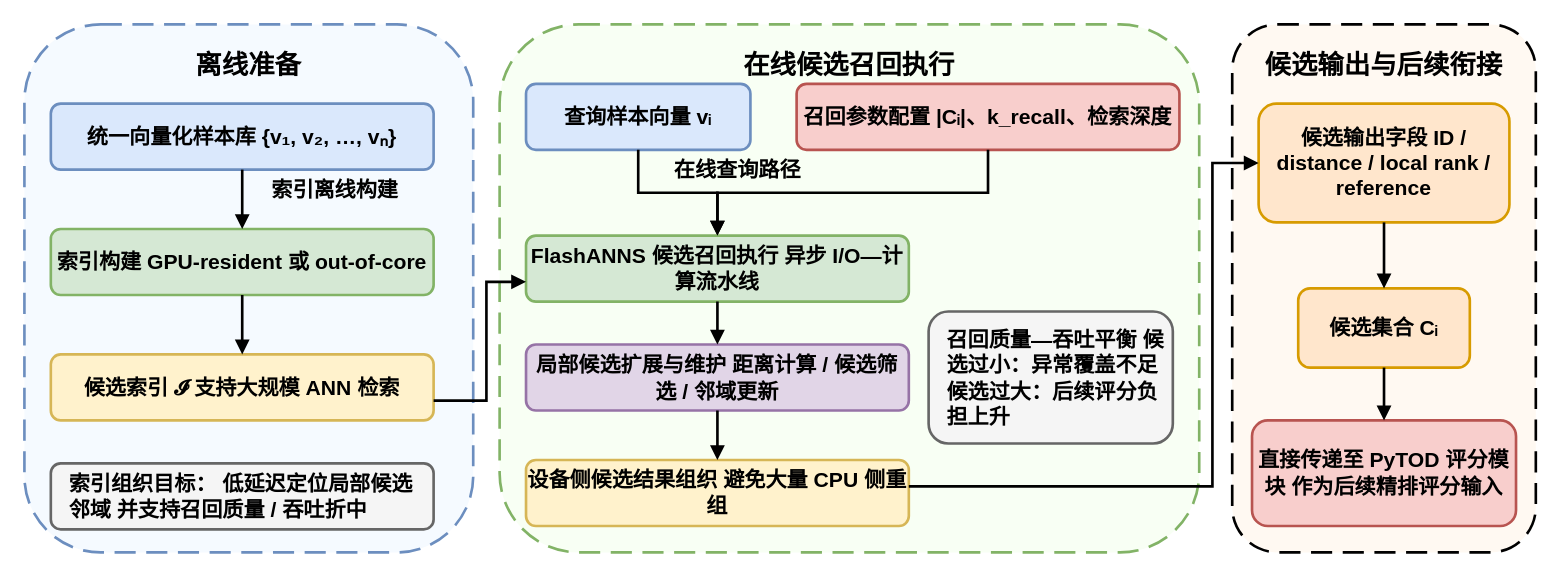
Earlier version of the draw.io diagram figures/fig3-3_FlashANNS_candidate_recall_flow.drawio (HuangEven/latex-template). Source tidied: cells renumbered, new cells numbered last; positions are measured from the earlier drawing's top-left corner, leaving out a move shared by most shapes. Both pictures are drawn from the tidied source at 132%, with x=0, y=0 at pixel (24, 24).
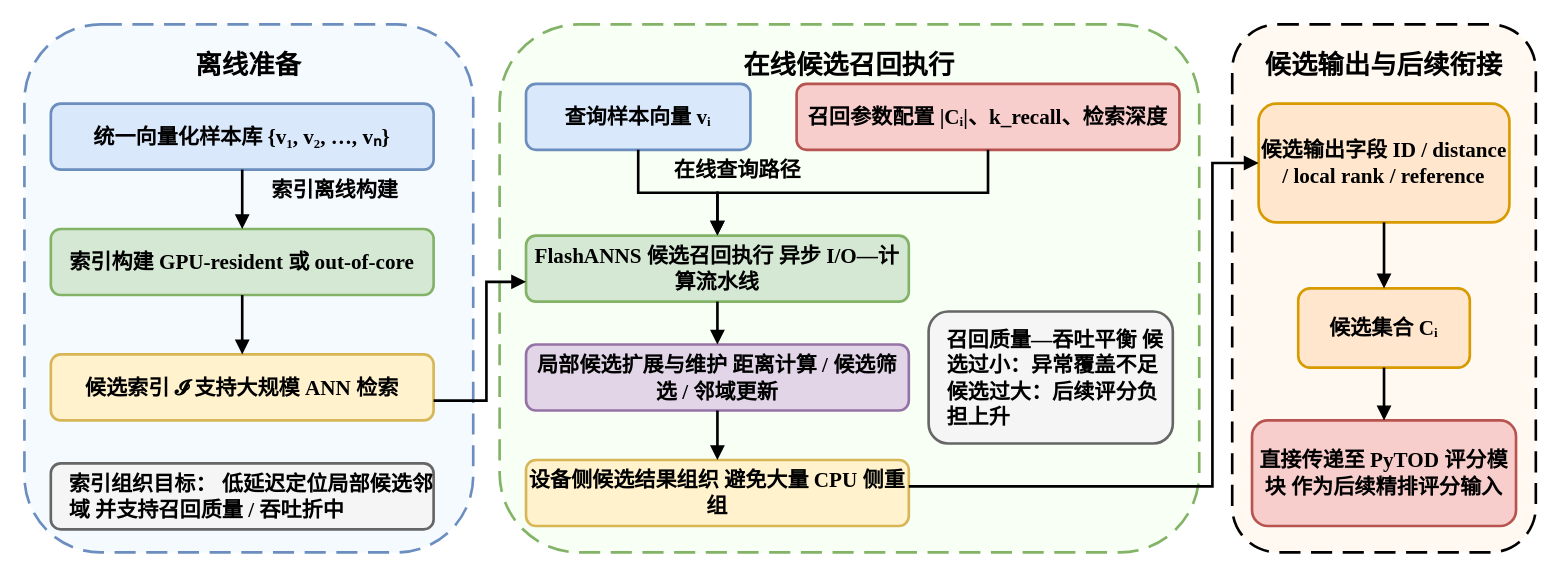
Above is the later version.

Change to the diagram source:
```diff
@@
-    <mxCell id="2" value="离线准备" style="rounded=1;whiteSpace=wrap;html=1;fontSize=20;fontStyle=1;fontFamily=Helvetica;align=center;verticalAlign=top;spacingTop=12;strokeWidth=2;dashed=1;dashPattern=8 4;fillColor=#F5FAFF;strokeColor=#6C8EBF;arcSize=17;" parent="1" vertex="1">
+    <mxCell id="2" value="离线准备" style="rounded=1;whiteSpace=wrap;html=1;fontSize=20;fontStyle=1;fontFamily=Times New Roman;align=center;verticalAlign=top;spacingTop=12;strokeWidth=2;dashed=1;dashPattern=8 4;fillColor=#F5FAFF;strokeColor=#6C8EBF;arcSize=17;" parent="1" vertex="1">
       <mxGeometry width="340" height="400" as="geometry" />
     </mxCell>
-    <mxCell id="3" value="在线候选召回执行" style="rounded=1;whiteSpace=wrap;html=1;fontSize=20;fontStyle=1;fontFamily=Helvetica;align=center;verticalAlign=top;spacingTop=12;strokeWidth=2;dashed=1;dashPattern=8 4;fillColor=#F8FFF4;strokeColor=#82B366;" parent="1" vertex="1">
+    <mxCell id="3" value="在线候选召回执行" style="rounded=1;whiteSpace=wrap;html=1;fontSize=20;fontStyle=1;fontFamily=Times New Roman;align=center;verticalAlign=top;spacingTop=12;strokeWidth=2;dashed=1;dashPattern=8 4;fillColor=#F8FFF4;strokeColor=#82B366;" parent="1" vertex="1">
       <mxGeometry x="360" width="530" height="400" as="geometry" />
     </mxCell>
-    <mxCell id="4" value="候选输出与后续衔接" style="rounded=1;whiteSpace=wrap;html=1;fontSize=20;fontStyle=1;fontFamily=Helvetica;align=center;verticalAlign=top;spacingTop=12;strokeWidth=2;dashed=1;dashPattern=8 4;fillColor=#FFF9F2;strokeColor=#000000;" parent="1" vertex="1">
+    <mxCell id="4" value="候选输出与后续衔接" style="rounded=1;whiteSpace=wrap;html=1;fontSize=20;fontStyle=1;fontFamily=Times New Roman;align=center;verticalAlign=top;spacingTop=12;strokeWidth=2;dashed=1;dashPattern=8 4;fillColor=#FFF9F2;strokeColor=#000000;" parent="1" vertex="1">
       <mxGeometry x="915" width="230" height="400" as="geometry" />
     </mxCell>
-    <mxCell id="5" value="统一向量化样本库 {v₁, v₂, …, vₙ}" style="rounded=1;whiteSpace=wrap;html=1;fontSize=16;fontStyle=1;fontFamily=Helvetica;align=center;verticalAlign=middle;strokeWidth=2;fillColor=#DAE8FC;strokeColor=#6C8EBF;" parent="1" vertex="1">
+    <mxCell id="5" value="统一向量化样本库 {v₁, v₂, …, vₙ}" style="rounded=1;whiteSpace=wrap;html=1;fontSize=16;fontStyle=1;fontFamily=Times New Roman;align=center;verticalAlign=middle;strokeWidth=2;fillColor=#DAE8FC;strokeColor=#6C8EBF;" parent="1" vertex="1">
       <mxGeometry x="20" y="60" width="290" height="50" as="geometry" />
     </mxCell>
-    <mxCell id="6" value="索引构建 GPU-resident 或 out-of-core" style="rounded=1;whiteSpace=wrap;html=1;fontSize=16;fontStyle=1;fontFamily=Helvetica;align=center;verticalAlign=middle;strokeWidth=2;fillColor=#D5E8D4;strokeColor=#82B366;" parent="1" vertex="1">
+    <mxCell id="6" value="索引构建 GPU-resident 或 out-of-core" style="rounded=1;whiteSpace=wrap;html=1;fontSize=16;fontStyle=1;fontFamily=Times New Roman;align=center;verticalAlign=middle;strokeWidth=2;fillColor=#D5E8D4;strokeColor=#82B366;" parent="1" vertex="1">
       <mxGeometry x="20" y="155" width="290" height="50" as="geometry" />
     </mxCell>
-    <mxCell id="7" value="候选索引 𝓘 支持大规模 ANN 检索" style="rounded=1;whiteSpace=wrap;html=1;fontSize=16;fontStyle=1;fontFamily=Helvetica;align=center;verticalAlign=middle;strokeWidth=2;fillColor=#FFF2CC;strokeColor=#D6B656;" parent="1" vertex="1">
+    <mxCell id="7" value="候选索引 𝓘 支持大规模 ANN 检索" style="rounded=1;whiteSpace=wrap;html=1;fontSize=16;fontStyle=1;fontFamily=Times New Roman;align=center;verticalAlign=middle;strokeWidth=2;fillColor=#FFF2CC;strokeColor=#D6B656;" parent="1" vertex="1">
       <mxGeometry x="20" y="250" width="290" height="50" as="geometry" />
     </mxCell>
-    <mxCell id="8" value="索引组织目标： 低延迟定位局部候选邻域 并支持召回质量 / 吞吐折中" style="rounded=1;whiteSpace=wrap;html=1;fontSize=16;fontFamily=Helvetica;align=left;spacingLeft=12;verticalAlign=middle;strokeWidth=2;fillColor=#F5F5F5;strokeColor=#666666;fontStyle=1;" parent="1" vertex="1">
+    <mxCell id="8" value="索引组织目标： 低延迟定位局部候选邻域 并支持召回质量 / 吞吐折中" style="rounded=1;whiteSpace=wrap;html=1;fontSize=16;fontFamily=Times New Roman;align=left;spacingLeft=12;verticalAlign=middle;strokeWidth=2;fillColor=#F5F5F5;strokeColor=#666666;fontStyle=1;" parent="1" vertex="1">
       <mxGeometry x="20" y="332.5" width="290" height="50" as="geometry" />
     </mxCell>
-    <mxCell id="9" value="&lt;font&gt;查询样本向量 vᵢ&lt;/font&gt;" style="rounded=1;whiteSpace=wrap;html=1;fontSize=16;fontStyle=1;fontFamily=Helvetica;align=center;verticalAlign=middle;strokeWidth=2;fillColor=#DAE8FC;strokeColor=#6C8EBF;rotation=0;" parent="1" vertex="1">
+    <mxCell id="9" value="&lt;font&gt;查询样本向量 vᵢ&lt;/font&gt;" style="rounded=1;whiteSpace=wrap;html=1;fontSize=16;fontStyle=1;fontFamily=Times New Roman;align=center;verticalAlign=middle;strokeWidth=2;fillColor=#DAE8FC;strokeColor=#6C8EBF;rotation=0;" parent="1" vertex="1">
       <mxGeometry x="380" y="45" width="170" height="50" as="geometry" />
     </mxCell>
-    <mxCell id="10" value="召回参数配置 |Cᵢ|、k_recall、检索深度" style="rounded=1;whiteSpace=wrap;html=1;fontSize=16;fontFamily=Helvetica;align=center;verticalAlign=middle;strokeWidth=2;fillColor=#F8CECC;strokeColor=#B85450;fontStyle=1;" parent="1" vertex="1">
+    <mxCell id="10" value="召回参数配置 |Cᵢ|、k_recall、检索深度" style="rounded=1;whiteSpace=wrap;html=1;fontSize=16;fontFamily=Times New Roman;align=center;verticalAlign=middle;strokeWidth=2;fillColor=#F8CECC;strokeColor=#B85450;fontStyle=1;" parent="1" vertex="1">
       <mxGeometry x="585" y="45" width="290" height="50" as="geometry" />
     </mxCell>
-    <mxCell id="11" value="FlashANNS 候选召回执行 异步 I/O—计算流水线" style="rounded=1;whiteSpace=wrap;html=1;fontSize=16;fontStyle=1;fontFamily=Helvetica;align=center;verticalAlign=middle;strokeWidth=2;fillColor=#D5E8D4;strokeColor=#82B366;" parent="1" vertex="1">
+    <mxCell id="11" value="FlashANNS 候选召回执行 异步 I/O—计算流水线" style="rounded=1;whiteSpace=wrap;html=1;fontSize=16;fontStyle=1;fontFamily=Times New Roman;align=center;verticalAlign=middle;strokeWidth=2;fillColor=#D5E8D4;strokeColor=#82B366;" parent="1" vertex="1">
       <mxGeometry x="380" y="160" width="290" height="50" as="geometry" />
     </mxCell>
-    <mxCell id="12" value="局部候选扩展与维护 距离计算 / 候选筛选 / 邻域更新" style="rounded=1;whiteSpace=wrap;html=1;fontSize=16;fontFamily=Helvetica;align=center;verticalAlign=middle;strokeWidth=2;fillColor=#E1D5E7;strokeColor=#9673A6;fontStyle=1;" parent="1" vertex="1">
+    <mxCell id="12" value="局部候选扩展与维护 距离计算 / 候选筛选 / 邻域更新" style="rounded=1;whiteSpace=wrap;html=1;fontSize=16;fontFamily=Times New Roman;align=center;verticalAlign=middle;strokeWidth=2;fillColor=#E1D5E7;strokeColor=#9673A6;fontStyle=1;" parent="1" vertex="1">
       <mxGeometry x="380" y="242.5" width="290" height="50" as="geometry" />
     </mxCell>
-    <mxCell id="13" value="召回质量—吞吐平衡 候选过小：异常覆盖不足 候选过大：后续评分负担上升" style="rounded=1;whiteSpace=wrap;html=1;fontSize=16;fontFamily=Helvetica;align=left;spacingLeft=12;verticalAlign=middle;strokeWidth=2;fillColor=#F5F5F5;strokeColor=#666666;fontStyle=1;" parent="1" vertex="1">
+    <mxCell id="13" value="召回质量—吞吐平衡 候选过小：异常覆盖不足 候选过大：后续评分负担上升" style="rounded=1;whiteSpace=wrap;html=1;fontSize=16;fontFamily=Times New Roman;align=left;spacingLeft=12;verticalAlign=middle;strokeWidth=2;fillColor=#F5F5F5;strokeColor=#666666;fontStyle=1;" parent="1" vertex="1">
       <mxGeometry x="685" y="217.5" width="185" height="100" as="geometry" />
     </mxCell>
-    <mxCell id="14" value="设备侧候选结果组织 避免大量 CPU 侧重组" style="rounded=1;whiteSpace=wrap;html=1;fontSize=16;fontFamily=Helvetica;align=center;verticalAlign=middle;strokeWidth=2;fillColor=#FFF2CC;strokeColor=#D6B656;fontStyle=1;" parent="1" vertex="1">
+    <mxCell id="14" value="设备侧候选结果组织 避免大量 CPU 侧重组" style="rounded=1;whiteSpace=wrap;html=1;fontSize=16;fontFamily=Times New Roman;align=center;verticalAlign=middle;strokeWidth=2;fillColor=#FFF2CC;strokeColor=#D6B656;fontStyle=1;" parent="1" vertex="1">
       <mxGeometry x="380" y="330" width="290" height="50" as="geometry" />
     </mxCell>
-    <mxCell id="15" value="候选输出字段 ID / distance / local rank / reference" style="rounded=1;whiteSpace=wrap;html=1;fontSize=16;fontStyle=1;fontFamily=Helvetica;align=center;verticalAlign=middle;strokeWidth=2;fillColor=#FFE6CC;strokeColor=#D79B00;" parent="1" vertex="1">
+    <mxCell id="15" value="候选输出字段 ID / distance / local rank / reference" style="rounded=1;whiteSpace=wrap;html=1;fontSize=16;fontStyle=1;fontFamily=Times New Roman;align=center;verticalAlign=middle;strokeWidth=2;fillColor=#FFE6CC;strokeColor=#D79B00;" parent="1" vertex="1">
       <mxGeometry x="935" y="60" width="190" height="90" as="geometry" />
     </mxCell>
-    <mxCell id="16" value="候选集合 Cᵢ" style="rounded=1;whiteSpace=wrap;html=1;fontSize=16;fontStyle=1;fontFamily=Helvetica;align=center;verticalAlign=middle;strokeWidth=2;fillColor=#FFE6CC;strokeColor=#D79B00;" parent="1" vertex="1">
+    <mxCell id="16" value="候选集合 Cᵢ" style="rounded=1;whiteSpace=wrap;html=1;fontSize=16;fontStyle=1;fontFamily=Times New Roman;align=center;verticalAlign=middle;strokeWidth=2;fillColor=#FFE6CC;strokeColor=#D79B00;" parent="1" vertex="1">
       <mxGeometry x="965" y="200" width="130" height="60" as="geometry" />
     </mxCell>
-    <mxCell id="17" value="直接传递至 PyTOD 评分模块 作为后续精排评分输入" style="rounded=1;whiteSpace=wrap;html=1;fontSize=16;fontFamily=Helvetica;align=center;verticalAlign=middle;strokeWidth=2;fillColor=#F8CECC;strokeColor=#B85450;fontStyle=1;" parent="1" vertex="1">
+    <mxCell id="17" value="直接传递至 PyTOD 评分模块 作为后续精排评分输入" style="rounded=1;whiteSpace=wrap;html=1;fontSize=16;fontFamily=Times New Roman;align=center;verticalAlign=middle;strokeWidth=2;fillColor=#F8CECC;strokeColor=#B85450;fontStyle=1;" parent="1" vertex="1">
       <mxGeometry x="930" y="300" width="200" height="80" as="geometry" />
     </mxCell>
-    <mxCell id="18" style="edgeStyle=orthogonalEdgeStyle;rounded=1;jettySize=auto;html=1;strokeWidth=2;endArrow=block;endFill=1;strokeColor=#000000;fontFamily=Helvetica;fontSize=16;fontStyle=1;" parent="1" edge="1" source="5" target="6">
+    <mxCell id="18" style="edgeStyle=orthogonalEdgeStyle;rounded=1;jettySize=auto;html=1;strokeWidth=2;endArrow=block;endFill=1;strokeColor=#000000;fontFamily=Times New Roman;fontSize=16;fontStyle=1;" parent="1" edge="1" source="5" target="6">
       <mxGeometry relative="1" as="geometry" />
     </mxCell>
-    <mxCell id="19" style="edgeStyle=orthogonalEdgeStyle;rounded=1;jettySize=auto;html=1;strokeWidth=2;endArrow=block;endFill=1;strokeColor=#000000;fontFamily=Helvetica;fontSize=16;fontStyle=1;" parent="1" edge="1" source="6" target="7">
+    <mxCell id="19" style="edgeStyle=orthogonalEdgeStyle;rounded=1;jettySize=auto;html=1;strokeWidth=2;endArrow=block;endFill=1;strokeColor=#000000;fontFamily=Times New Roman;fontSize=16;fontStyle=1;" parent="1" edge="1" source="6" target="7">
       <mxGeometry relative="1" as="geometry" />
     </mxCell>
-    <mxCell id="20" style="edgeStyle=orthogonalEdgeStyle;rounded=0;jettySize=auto;html=1;strokeWidth=2;endArrow=block;endFill=1;strokeColor=#000000;curved=0;fontFamily=Helvetica;fontSize=16;fontStyle=1;" parent="1" edge="1" source="9" target="11">
+    <mxCell id="20" style="edgeStyle=orthogonalEdgeStyle;rounded=0;jettySize=auto;html=1;strokeWidth=2;endArrow=block;endFill=1;strokeColor=#000000;curved=0;fontFamily=Times New Roman;fontSize=16;fontStyle=1;" parent="1" edge="1" source="9" target="11">
       <mxGeometry relative="1" as="geometry" />
     </mxCell>
-    <mxCell id="21" style="edgeStyle=orthogonalEdgeStyle;rounded=0;jettySize=auto;html=1;strokeWidth=2;endArrow=block;endFill=1;strokeColor=#000000;curved=0;fontFamily=Helvetica;fontSize=16;fontStyle=1;" parent="1" edge="1" source="10" target="11">
+    <mxCell id="21" style="edgeStyle=orthogonalEdgeStyle;rounded=0;jettySize=auto;html=1;strokeWidth=2;endArrow=block;endFill=1;strokeColor=#000000;curved=0;fontFamily=Times New Roman;fontSize=16;fontStyle=1;" parent="1" edge="1" source="10" target="11">
       <mxGeometry relative="1" as="geometry" />
     </mxCell>
-    <mxCell id="22" style="edgeStyle=orthogonalEdgeStyle;rounded=0;jettySize=auto;html=1;strokeWidth=2;endArrow=block;endFill=1;strokeColor=#000000;curved=0;fontFamily=Helvetica;fontSize=16;fontStyle=1;" parent="1" edge="1" source="7" target="11">
+    <mxCell id="22" style="edgeStyle=orthogonalEdgeStyle;rounded=0;jettySize=auto;html=1;strokeWidth=2;endArrow=block;endFill=1;strokeColor=#000000;curved=0;fontFamily=Times New Roman;fontSize=16;fontStyle=1;" parent="1" edge="1" source="7" target="11">
       <mxGeometry relative="1" as="geometry">
         <Array as="points">
           <mxPoint x="350" y="285" />
           <mxPoint x="350" y="195" />
         </Array>
       </mxGeometry>
     </mxCell>
-    <mxCell id="23" style="edgeStyle=orthogonalEdgeStyle;rounded=0;jettySize=auto;html=1;strokeWidth=2;endArrow=block;endFill=1;strokeColor=#000000;curved=0;fontFamily=Helvetica;fontSize=16;fontStyle=1;" parent="1" edge="1" source="11" target="12">
+    <mxCell id="23" style="edgeStyle=orthogonalEdgeStyle;rounded=0;jettySize=auto;html=1;strokeWidth=2;endArrow=block;endFill=1;strokeColor=#000000;curved=0;fontFamily=Times New Roman;fontSize=16;fontStyle=1;" parent="1" edge="1" source="11" target="12">
       <mxGeometry relative="1" as="geometry" />
     </mxCell>
-    <mxCell id="24" style="edgeStyle=orthogonalEdgeStyle;rounded=0;jettySize=auto;html=1;strokeWidth=2;endArrow=block;endFill=1;strokeColor=#000000;curved=0;fontFamily=Helvetica;fontSize=16;fontStyle=1;" parent="1" edge="1" source="12" target="14">
+    <mxCell id="24" style="edgeStyle=orthogonalEdgeStyle;rounded=0;jettySize=auto;html=1;strokeWidth=2;endArrow=block;endFill=1;strokeColor=#000000;curved=0;fontFamily=Times New Roman;fontSize=16;fontStyle=1;" parent="1" edge="1" source="12" target="14">
       <mxGeometry relative="1" as="geometry" />
     </mxCell>
-    <mxCell id="25" style="edgeStyle=orthogonalEdgeStyle;rounded=0;jettySize=auto;html=1;strokeWidth=2;endArrow=block;endFill=1;strokeColor=#000000;curved=0;fontFamily=Helvetica;fontSize=16;fontStyle=1;" parent="1" edge="1" source="14" target="15">
+    <mxCell id="25" style="edgeStyle=orthogonalEdgeStyle;rounded=0;jettySize=auto;html=1;strokeWidth=2;endArrow=block;endFill=1;strokeColor=#000000;curved=0;fontFamily=Times New Roman;fontSize=16;fontStyle=1;" parent="1" edge="1" source="14" target="15">
       <mxGeometry relative="1" as="geometry">
         <Array as="points">
           <mxPoint x="900" y="350" />
           <mxPoint x="900" y="105" />
         </Array>
       </mxGeometry>
     </mxCell>
-    <mxCell id="26" style="edgeStyle=orthogonalEdgeStyle;rounded=1;jettySize=auto;html=1;strokeWidth=2;endArrow=block;endFill=1;strokeColor=#000000;fontFamily=Helvetica;fontSize=16;fontStyle=1;" parent="1" edge="1" source="15" target="16">
+    <mxCell id="26" style="edgeStyle=orthogonalEdgeStyle;rounded=1;jettySize=auto;html=1;strokeWidth=2;endArrow=block;endFill=1;strokeColor=#000000;fontFamily=Times New Roman;fontSize=16;fontStyle=1;" parent="1" edge="1" source="15" target="16">
       <mxGeometry relative="1" as="geometry" />
     </mxCell>
-    <mxCell id="27" style="edgeStyle=orthogonalEdgeStyle;rounded=1;jettySize=auto;html=1;strokeWidth=2;endArrow=block;endFill=1;strokeColor=#000000;fontFamily=Helvetica;fontSize=16;fontStyle=1;" parent="1" edge="1" source="16" target="17">
+    <mxCell id="27" style="edgeStyle=orthogonalEdgeStyle;rounded=1;jettySize=auto;html=1;strokeWidth=2;endArrow=block;endFill=1;strokeColor=#000000;fontFamily=Times New Roman;fontSize=16;fontStyle=1;" parent="1" edge="1" source="16" target="17">
       <mxGeometry relative="1" as="geometry" />
     </mxCell>
-    <mxCell id="28" value="索引离线构建" style="text;html=1;strokeColor=none;fillColor=none;align=center;verticalAlign=middle;fontSize=16;fontStyle=1;fontFamily=Helvetica;fontColor=#000000;" parent="1" vertex="1">
+    <mxCell id="28" value="索引离线构建" style="text;html=1;strokeColor=none;fillColor=none;align=center;verticalAlign=middle;fontSize=16;fontStyle=1;fontFamily=Times New Roman;fontColor=#000000;" parent="1" vertex="1">
       <mxGeometry x="150" y="110" width="170" height="30" as="geometry" />
     </mxCell>
-    <mxCell id="29" value="在线查询路径" style="text;html=1;strokeColor=none;fillColor=none;align=center;verticalAlign=middle;fontSize=16;fontStyle=1;fontFamily=Helvetica;fontColor=#000000;" parent="1" vertex="1">
+    <mxCell id="29" value="在线查询路径" style="text;html=1;strokeColor=none;fillColor=none;align=center;verticalAlign=middle;fontSize=16;fontStyle=1;fontFamily=Times New Roman;fontColor=#000000;" parent="1" vertex="1">
       <mxGeometry x="460" y="95" width="160" height="30" as="geometry" />
     </mxCell>
```
